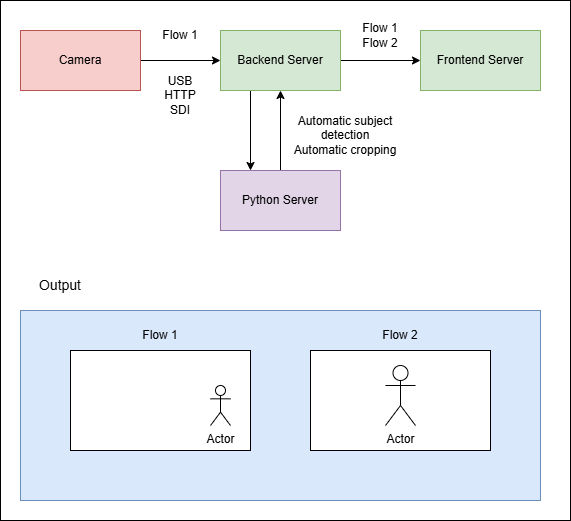
Earlier version of the draw.io export .documentation/high-level-diagram.png (PaulEm6/auto-tracking-data-pipeline). Source tidied: cells renumbered, new cells last; positions are measured from the earlier drawing's top-left corner, leaving out a move shared by most shapes.
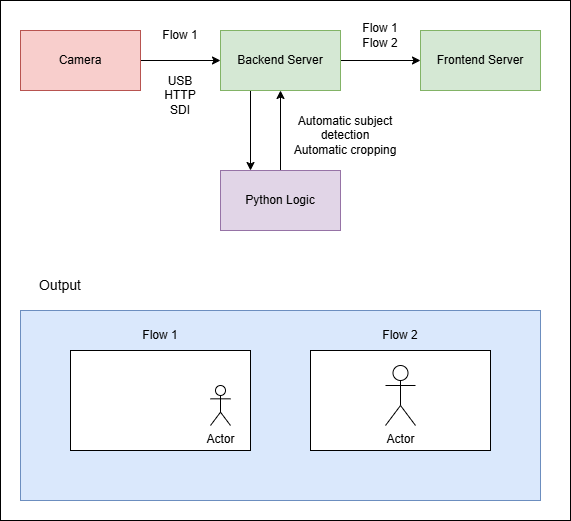
The same file after the commit.

What changed in the source:
```diff
@@ -32,7 +32,7 @@
     <mxCell id="11" style="edgeStyle=none;html=1;entryX=0.5;entryY=1;entryDx=0;entryDy=0;" parent="1" edge="1" source="12" target="7">
       <mxGeometry relative="1" as="geometry" />
     </mxCell>
-    <mxCell id="12" value="Python Server" style="whiteSpace=wrap;html=1;rounded=0;fillColor=#e1d5e7;strokeColor=#9673a6;" parent="1" vertex="1">
+    <mxCell id="12" value="Python Logic" style="whiteSpace=wrap;html=1;rounded=0;fillColor=#e1d5e7;strokeColor=#9673a6;" parent="1" vertex="1">
       <mxGeometry x="220" y="170" width="120" height="60" as="geometry" />
     </mxCell>
     <mxCell id="13" value="&lt;font style=&quot;color: rgb(0, 0, 0);&quot;&gt;Automatic subject detection&lt;/font&gt;&lt;div&gt;&lt;span style=&quot;background-color: transparent;&quot;&gt;&lt;font style=&quot;color: rgb(0, 0, 0);&quot;&gt;Automatic cropping&lt;/font&gt;&lt;/span&gt;&lt;/div&gt;" style="text;html=1;align=center;verticalAlign=middle;whiteSpace=wrap;rounded=0;" parent="1" vertex="1">
```
